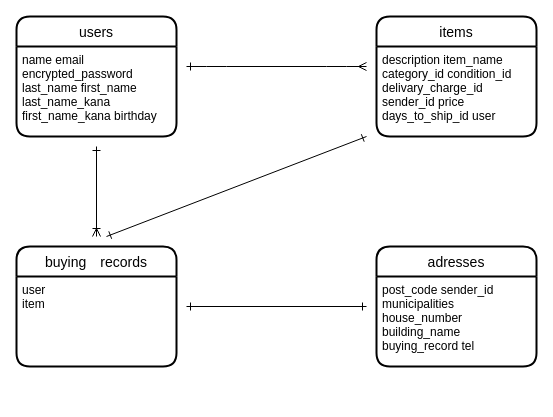
Earlier version of the draw.io diagram furima.dio (tatsuro0329/furima-39634). Source tidied: cells renumbered, new cells numbered last; positions are measured from the earlier drawing's top-left corner, leaving out a move shared by most shapes. Both pictures are drawn from the tidied source at 100%, with x=0, y=0 at pixel (16, 16).
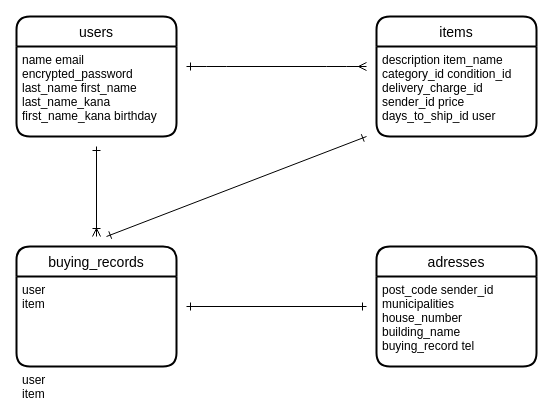
After the change.

Diff of the diagram source:
```diff
@@
 <mxGraphModel>
   <root>
     <mxCell id="0" />
     <mxCell id="1" parent="0" />
     <mxCell id="2" value="users" style="swimlane;horizontal=1;startSize=30;rounded=1;fontSize=14;fontStyle=0;strokeWidth=2;shadow=0;dashed=0;align=center;" parent="1" vertex="1">
       <mxGeometry width="160" height="120" as="geometry" />
     </mxCell>
     <mxCell id="3" value="name email&#10;encrypted_password&#10;last_name first_name&#10;last_name_kana&#10;first_name_kana birthday" style="align=left;strokeColor=none;fillColor=none;spacingLeft=4;fontSize=12;verticalAlign=top;" parent="2" vertex="1">
       <mxGeometry y="30" width="160" height="90" as="geometry" />
     </mxCell>
     <mxCell id="4" value="items" style="swimlane;horizontal=1;startSize=30;rounded=1;fontSize=14;fontStyle=0;strokeWidth=2;shadow=0;dashed=0;align=center;" parent="1" vertex="1">
       <mxGeometry x="360" width="160" height="120" as="geometry" />
     </mxCell>
-    <mxCell id="5" value="description item_name&#10;category_id condition_id&#10;delivary_charge_id&#10;sender_id price&#10;days_to_ship_id user" style="align=left;strokeColor=none;fillColor=none;spacingLeft=4;fontSize=12;verticalAlign=top;" parent="4" vertex="1">
+    <mxCell id="5" value="description item_name&#10;category_id condition_id&#10;delivery_charge_id&#10;sender_id price&#10;days_to_ship_id user" style="align=left;strokeColor=none;fillColor=none;spacingLeft=4;fontSize=12;verticalAlign=top;" parent="4" vertex="1">
       <mxGeometry y="30" width="160" height="90" as="geometry" />
     </mxCell>
-    <mxCell id="6" value="buying　records" style="swimlane;horizontal=1;startSize=30;rounded=1;fontSize=14;fontStyle=0;strokeWidth=2;shadow=0;dashed=0;align=center;" parent="1" vertex="1">
+    <mxCell id="6" value="buying_records" style="swimlane;horizontal=1;startSize=30;rounded=1;fontSize=14;fontStyle=0;strokeWidth=2;shadow=0;dashed=0;align=center;" parent="1" vertex="1">
       <mxGeometry y="230" width="160" height="120" as="geometry" />
     </mxCell>
     <mxCell id="7" value="user&#10;item" style="align=left;strokeColor=none;fillColor=none;spacingLeft=4;fontSize=12;verticalAlign=top;" parent="6" vertex="1">
       <mxGeometry y="30" width="160" height="90" as="geometry" />
     </mxCell>
+    <mxCell id="14" value="user&#10;item" style="align=left;strokeColor=none;fillColor=none;spacingLeft=4;fontSize=12;verticalAlign=top;" parent="6" vertex="1">
+      <mxGeometry y="120" width="160" as="geometry" />
+    </mxCell>
     <mxCell id="8" style="edgeStyle=entityRelationEdgeStyle;fontSize=12;html=1;endArrow=ERmany;endFill=0;startArrow=ERone;startFill=0;" parent="1" edge="1">
       <mxGeometry relative="1" as="geometry">
         <mxPoint x="170" y="50" as="sourcePoint" />
         <mxPoint x="350" y="50" as="targetPoint" />
       </mxGeometry>
     </mxCell>
     <mxCell id="9" style="fontSize=12;html=1;endArrow=ERone;startArrow=ERone;startFill=0;endFill=0;" parent="1" edge="1">
       <mxGeometry relative="1" as="geometry">
         <mxPoint x="350" y="120" as="sourcePoint" />
         <mxPoint x="90" y="220" as="targetPoint" />
       </mxGeometry>
     </mxCell>
     <mxCell id="10" style="fontSize=12;html=1;endArrow=ERone;startArrow=ERoneToMany;startFill=0;endFill=0;" parent="1" edge="1">
       <mxGeometry relative="1" as="geometry">
         <mxPoint x="80" y="220" as="sourcePoint" />
         <mxPoint x="80" y="130" as="targetPoint" />
       </mxGeometry>
     </mxCell>
     <mxCell id="11" value="adresses" style="swimlane;horizontal=1;startSize=30;rounded=1;fontSize=14;fontStyle=0;strokeWidth=2;shadow=0;dashed=0;align=center;" parent="1" vertex="1">
       <mxGeometry x="360" y="230" width="160" height="120" as="geometry" />
     </mxCell>
     <mxCell id="12" value="post_code sender_id&#10;municipalities&#10;house_number&#10;building_name&#10;buying_record tel" style="align=left;strokeColor=none;fillColor=none;spacingLeft=4;fontSize=12;verticalAlign=top;" parent="11" vertex="1">
       <mxGeometry y="30" width="160" height="90" as="geometry" />
     </mxCell>
     <mxCell id="13" style="fontSize=12;html=1;endArrow=ERone;endFill=1;startArrow=ERone;startFill=0;" parent="1" edge="1">
       <mxGeometry relative="1" as="geometry">
         <mxPoint x="170" y="290" as="sourcePoint" />
         <mxPoint x="350" y="290" as="targetPoint" />
       </mxGeometry>
     </mxCell>
   </root>
 </mxGraphModel>
```
